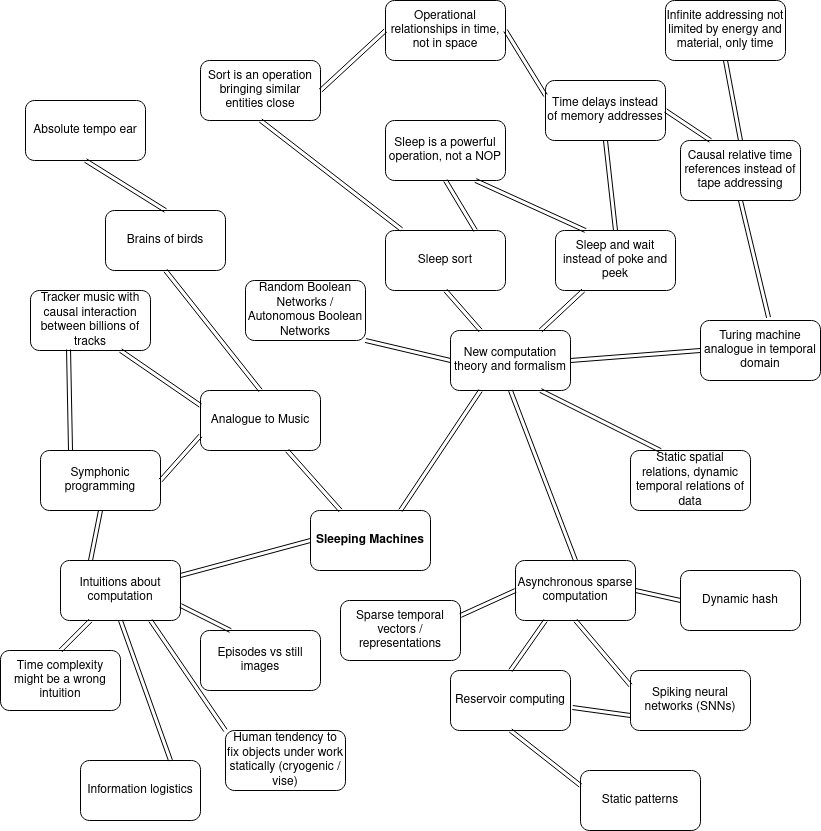
Above: sleeping_machines.png in keskival/sleeping_machines (draw.io), before the change. Source tidied: cells renumbered, new cells last; positions are measured from the earlier drawing's top-left corner, leaving out a move shared by most shapes.
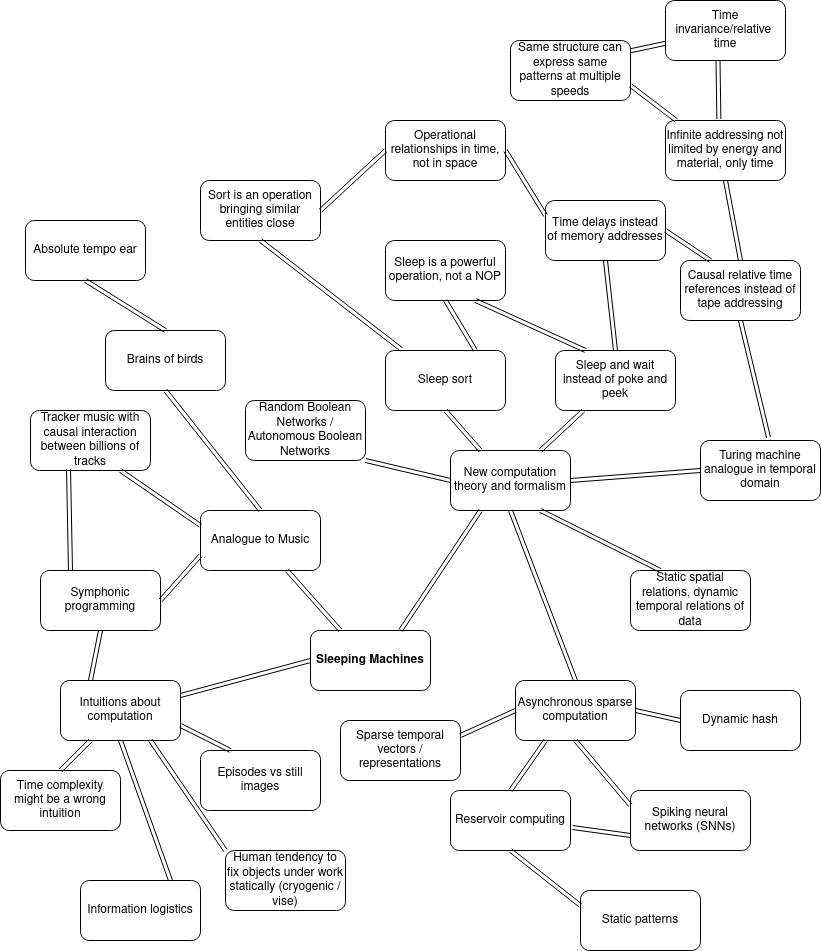
Later version of the same file.

Change to the diagram source:
```diff
@@ -191,5 +191,24 @@
     <mxCell id="64" style="shape=link;html=1;entryX=0;entryY=0.5;entryDx=0;entryDy=0;exitX=1;exitY=1;exitDx=0;exitDy=0;" parent="1" edge="1" source="63" target="7">
       <mxGeometry relative="1" as="geometry" />
     </mxCell>
+    <mxCell id="65" value="Time invariance/relative&amp;nbsp; time" style="rounded=1;whiteSpace=wrap;html=1;" parent="1" vertex="1">
+      <mxGeometry x="665" y="-120" width="120" height="60" as="geometry" />
+    </mxCell>
+    <mxCell id="66" style="shape=link;html=1;entryX=0.445;entryY=-0.023;entryDx=0;entryDy=0;exitX=0.5;exitY=1;exitDx=0;exitDy=0;entryPerimeter=0;" parent="1" edge="1" target="51">
+      <mxGeometry relative="1" as="geometry">
+        <mxPoint x="717.5" y="-60" as="sourcePoint" />
+      </mxGeometry>
+    </mxCell>
+    <mxCell id="67" value="Same structure can express same patterns at multiple speeds" style="rounded=1;whiteSpace=wrap;html=1;" parent="1" vertex="1">
+      <mxGeometry x="510" y="-80" width="120" height="60" as="geometry" />
+    </mxCell>
+    <mxCell id="68" style="shape=link;html=1;entryX=0.999;entryY=0.172;entryDx=0;entryDy=0;entryPerimeter=0;" parent="1" edge="1" source="65" target="67">
+      <mxGeometry relative="1" as="geometry" />
+    </mxCell>
+    <mxCell id="69" style="shape=link;html=1;entryX=0.445;entryY=-0.023;entryDx=0;entryDy=0;exitX=1;exitY=0.75;exitDx=0;exitDy=0;entryPerimeter=0;" parent="1" edge="1" source="67">
+      <mxGeometry relative="1" as="geometry">
+        <mxPoint x="675.9" as="targetPoint" />
+      </mxGeometry>
+    </mxCell>
   </root>
 </mxGraphModel>
```
